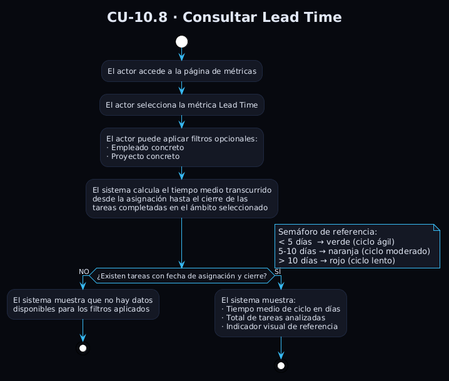
Earlier version of the PlantUML export Estudiantes/cesar-garcia-eguiguren/Capítulo-2/imagenes/CdU/metricas/flujoCU10.8.png (ceesargaarcia/GII-TFG-2026).
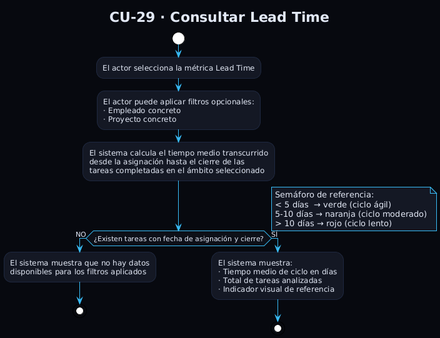
After the commit.

What changed in the source:
```diff
@@ -9,10 +9,9 @@
 skinparam ActivityDiamondBorderColor #38BDF8
 skinparam NoteBackgroundColor #141824
 skinparam NoteBorderColor #38BDF8
-title CU-10.8 · Consultar Lead Time
+title CU-29 · Consultar Lead Time
 
 start
-:El actor accede a la página de métricas;
 :El actor selecciona la métrica Lead Time;
 :El actor puede aplicar filtros opcionales:
 · Empleado concreto
```
